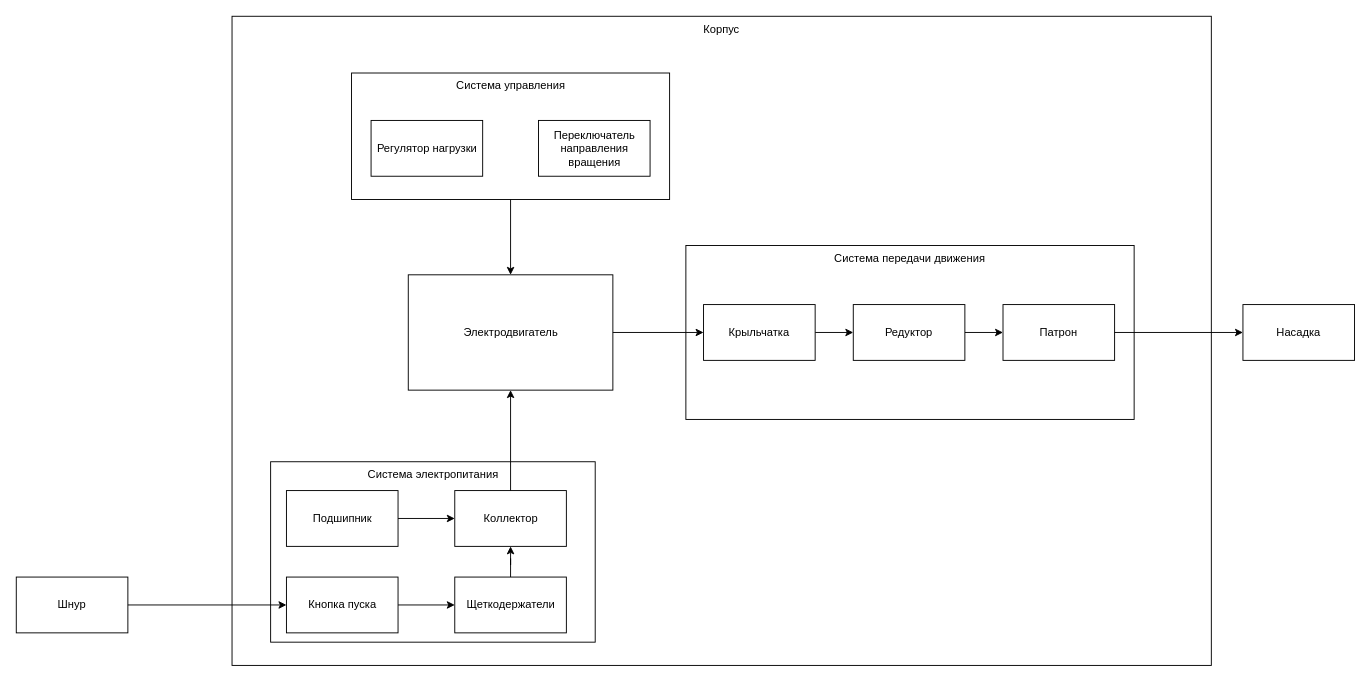
This is folder/Диаграмма без названия.drawio from Molekuk/DrawIO, a draw.io file, before an edit. Source tidied: cells renumbered, new cells numbered last; positions are measured from the earlier drawing's top-left corner, leaving out a move shared by most shapes. Both pictures are drawn from the tidied source at 93%, with x=0, y=0 at pixel (16, 16).
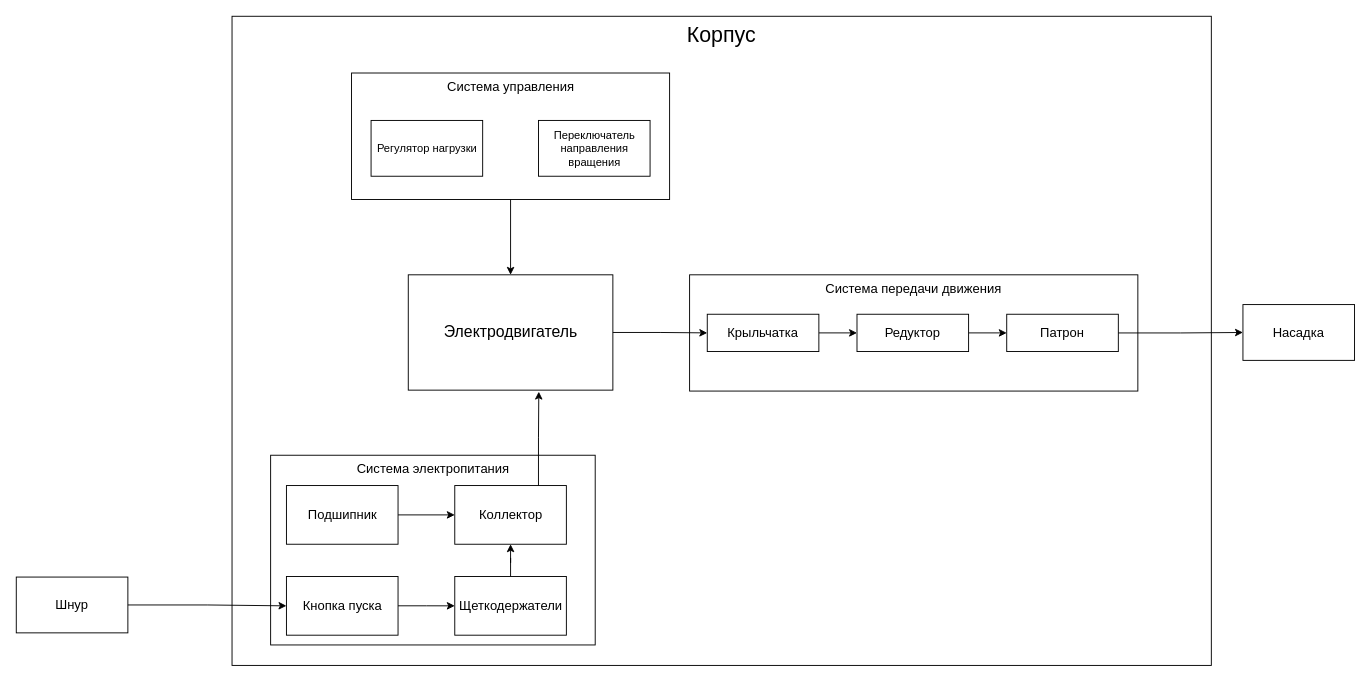
After the change.

Change to the diagram source:
```diff
@@
-    <mxCell id="2" value="Корпус" style="rounded=0;whiteSpace=wrap;html=1;align=center;verticalAlign=top;" parent="1" vertex="1">
+    <mxCell id="2" value="Корпус" style="rounded=0;whiteSpace=wrap;html=1;align=center;verticalAlign=top;fontSize=23;" parent="1" vertex="1">
       <mxGeometry x="232" width="1053" height="698" as="geometry" />
     </mxCell>
-    <mxCell id="3" value="Шнур" style="rounded=0;whiteSpace=wrap;html=1;" parent="1" vertex="1">
+    <mxCell id="3" value="&lt;font style=&quot;font-size: 14px;&quot;&gt;Шнур&lt;/font&gt;" style="rounded=0;whiteSpace=wrap;html=1;" parent="1" vertex="1">
       <mxGeometry y="603" width="120" height="60" as="geometry" />
     </mxCell>
-    <mxCell id="4" value="Электродвигатель" style="rounded=0;whiteSpace=wrap;html=1;" parent="1" vertex="1">
+    <mxCell id="4" value="Электродвигатель" style="rounded=0;whiteSpace=wrap;html=1;fontSize=17;" parent="1" vertex="1">
       <mxGeometry x="421.5" y="278" width="220" height="124" as="geometry" />
     </mxCell>
-    <mxCell id="5" style="group;" parent="1" vertex="1">
+    <mxCell id="5" style="group;fontSize=14;fontStyle=0;" parent="1" vertex="1">
       <mxGeometry x="360.5" y="61" width="342" height="136" as="geometry" />
     </mxCell>
-    <mxCell id="6" value="Система управления" style="rounded=0;whiteSpace=wrap;html=1;verticalAlign=top;" parent="5" vertex="1">
+    <mxCell id="6" value="&lt;font style=&quot;font-size: 14px;&quot;&gt;Система управления&lt;/font&gt;" style="rounded=0;whiteSpace=wrap;html=1;verticalAlign=top;" parent="5" vertex="1">
       <mxGeometry width="342" height="136" as="geometry" />
     </mxCell>
-    <mxCell id="7" value="Регулятор нагрузки" style="rounded=0;whiteSpace=wrap;html=1;" parent="5" vertex="1">
+    <mxCell id="7" value="&lt;font style=&quot;font-size: 12px;&quot;&gt;Регулятор нагрузки&lt;/font&gt;" style="rounded=0;whiteSpace=wrap;html=1;" parent="5" vertex="1">
       <mxGeometry x="21" y="51" width="120" height="60" as="geometry" />
     </mxCell>
@@
     <mxCell id="9" style="group;" parent="1" vertex="1">
-      <mxGeometry x="273.5" y="479" width="349" height="194" as="geometry" />
+      <mxGeometry x="273.5" y="472" width="349" height="204" as="geometry" />
     </mxCell>
-    <mxCell id="10" value="Система электропитания" style="rounded=0;whiteSpace=wrap;html=1;verticalAlign=top;" parent="9" vertex="1">
-      <mxGeometry width="349" height="194" as="geometry" />
+    <mxCell id="10" value="&lt;font style=&quot;font-size: 14px;&quot;&gt;Система электропитания&lt;/font&gt;" style="rounded=0;whiteSpace=wrap;html=1;verticalAlign=top;" parent="9" vertex="1">
+      <mxGeometry width="349" height="204" as="geometry" />
     </mxCell>
-    <mxCell id="11" value="Коллектор" style="rounded=0;whiteSpace=wrap;html=1;" parent="9" vertex="1">
-      <mxGeometry x="198" y="31" width="120" height="60" as="geometry" />
+    <mxCell id="11" value="&lt;font style=&quot;font-size: 14px;&quot;&gt;Коллектор&lt;/font&gt;" style="rounded=0;whiteSpace=wrap;html=1;" parent="9" vertex="1">
+      <mxGeometry x="198" y="32.6" width="120" height="63.1" as="geometry" />
     </mxCell>
@@
-    <mxCell id="13" value="Подшипник" style="rounded=0;whiteSpace=wrap;html=1;" parent="9" vertex="1">
-      <mxGeometry x="17" y="31" width="120" height="60" as="geometry" />
+    <mxCell id="13" value="&lt;font style=&quot;font-size: 14px;&quot;&gt;Подшипник&lt;/font&gt;" style="rounded=0;whiteSpace=wrap;html=1;" parent="9" vertex="1">
+      <mxGeometry x="17" y="32.6" width="120" height="63.1" as="geometry" />
     </mxCell>
@@
-    <mxCell id="15" value="Кнопка пуска" style="rounded=0;whiteSpace=wrap;html=1;" parent="9" vertex="1">
-      <mxGeometry x="17" y="124" width="120" height="60" as="geometry" />
+    <mxCell id="15" value="&lt;font style=&quot;font-size: 14px;&quot;&gt;Кнопка пуска&lt;/font&gt;" style="rounded=0;whiteSpace=wrap;html=1;" parent="9" vertex="1">
+      <mxGeometry x="17" y="130.4" width="120" height="63.1" as="geometry" />
     </mxCell>
@@
-    <mxCell id="17" value="Щеткодержатели" style="rounded=0;whiteSpace=wrap;html=1;" parent="9" vertex="1">
-      <mxGeometry x="198" y="124" width="120" height="60" as="geometry" />
+    <mxCell id="17" value="&lt;font style=&quot;font-size: 14px;&quot;&gt;Щеткодержатели&lt;/font&gt;" style="rounded=0;whiteSpace=wrap;html=1;" parent="9" vertex="1">
+      <mxGeometry x="198" y="130.4" width="120" height="63.1" as="geometry" />
     </mxCell>
-    <mxCell id="18" style="group;" parent="1" vertex="1">
-      <mxGeometry x="720" y="246.5" width="482" height="187" as="geometry" />
+    <mxCell id="18" style="group;fontSize=15;" parent="1" vertex="1">
+      <mxGeometry x="724" y="278" width="482" height="125" as="geometry" />
     </mxCell>
-    <mxCell id="19" value="Система передачи движения" style="rounded=0;whiteSpace=wrap;html=1;verticalAlign=top;" parent="18" vertex="1">
-      <mxGeometry width="482" height="187" as="geometry" />
+    <mxCell id="19" value="&lt;font style=&quot;font-size: 14px;&quot;&gt;Система передачи движения&lt;/font&gt;" style="rounded=0;whiteSpace=wrap;html=1;verticalAlign=top;" parent="18" vertex="1">
+      <mxGeometry width="482" height="125" as="geometry" />
     </mxCell>
@@
-    <mxCell id="21" value="Крыльчатка" style="rounded=0;whiteSpace=wrap;html=1;" parent="18" vertex="1">
-      <mxGeometry x="19" y="63.5" width="120" height="60" as="geometry" />
+    <mxCell id="21" value="&lt;font style=&quot;font-size: 14px;&quot;&gt;Крыльчатка&lt;/font&gt;" style="rounded=0;whiteSpace=wrap;html=1;fontSize=12;" parent="18" vertex="1">
+      <mxGeometry x="19" y="42.4" width="120" height="40.1" as="geometry" />
     </mxCell>
@@
-    <mxCell id="23" value="Редуктор" style="rounded=0;whiteSpace=wrap;html=1;" parent="18" vertex="1">
-      <mxGeometry x="180" y="63.5" width="120" height="60" as="geometry" />
+    <mxCell id="23" value="&lt;font style=&quot;font-size: 14px;&quot;&gt;Редуктор&lt;/font&gt;" style="rounded=0;whiteSpace=wrap;html=1;" parent="18" vertex="1">
+      <mxGeometry x="180" y="42.4" width="120" height="40.1" as="geometry" />
     </mxCell>
-    <mxCell id="24" value="Патрон" style="rounded=0;whiteSpace=wrap;html=1;" parent="18" vertex="1">
-      <mxGeometry x="341" y="63.5" width="120" height="60" as="geometry" />
+    <mxCell id="24" value="&lt;font style=&quot;font-size: 14px;&quot;&gt;Патрон&lt;/font&gt;" style="rounded=0;whiteSpace=wrap;html=1;" parent="18" vertex="1">
+      <mxGeometry x="341" y="42.4" width="120" height="40.1" as="geometry" />
     </mxCell>
@@
-    <mxCell id="26" style="edgeStyle=orthogonalEdgeStyle;rounded=0;jettySize=auto;html=1;exitX=0.5;exitY=0;exitDx=0;exitDy=0;entryX=0.5;entryY=1;entryDx=0;entryDy=0;" parent="1" edge="1" source="11" target="4">
-      <mxGeometry relative="1" as="geometry" />
-    </mxCell>
@@
-    <mxCell id="28" value="Насадка" style="rounded=0;whiteSpace=wrap;html=1;" parent="1" vertex="1">
+    <mxCell id="28" value="&lt;font style=&quot;font-size: 14px;&quot;&gt;Насадка&lt;/font&gt;" style="rounded=0;whiteSpace=wrap;html=1;" parent="1" vertex="1">
       <mxGeometry x="1319" y="310" width="120" height="60" as="geometry" />
     </mxCell>
@@
+    <mxCell id="26" style="edgeStyle=orthogonalEdgeStyle;rounded=0;jettySize=auto;html=1;exitX=0.75;exitY=0;exitDx=0;exitDy=0;entryX=0.638;entryY=1.013;entryDx=0;entryDy=0;entryPerimeter=0;fontSize=14;" parent="1" edge="1" source="11" target="4">
+      <mxGeometry relative="1" as="geometry" />
+    </mxCell>
```
